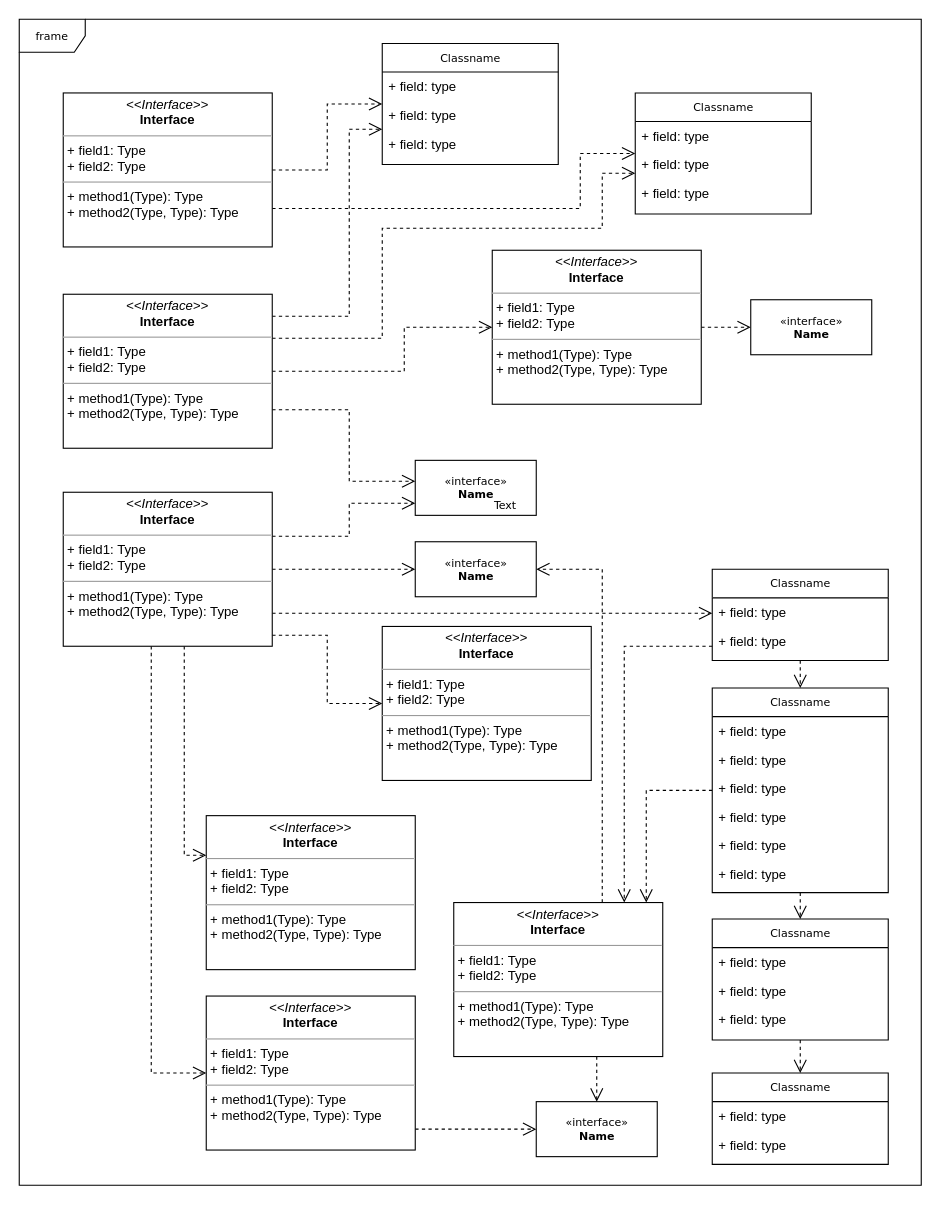
The draw.io diagram Namnlöst diagram.drawio in larand54/Document, before the edit. Source tidied: cells renumbered, new cells numbered last; positions are measured from the earlier drawing's top-left corner, leaving out a move shared by most shapes. Both pictures are drawn from the tidied source at 110%, with x=0, y=0 at pixel (19, 19).
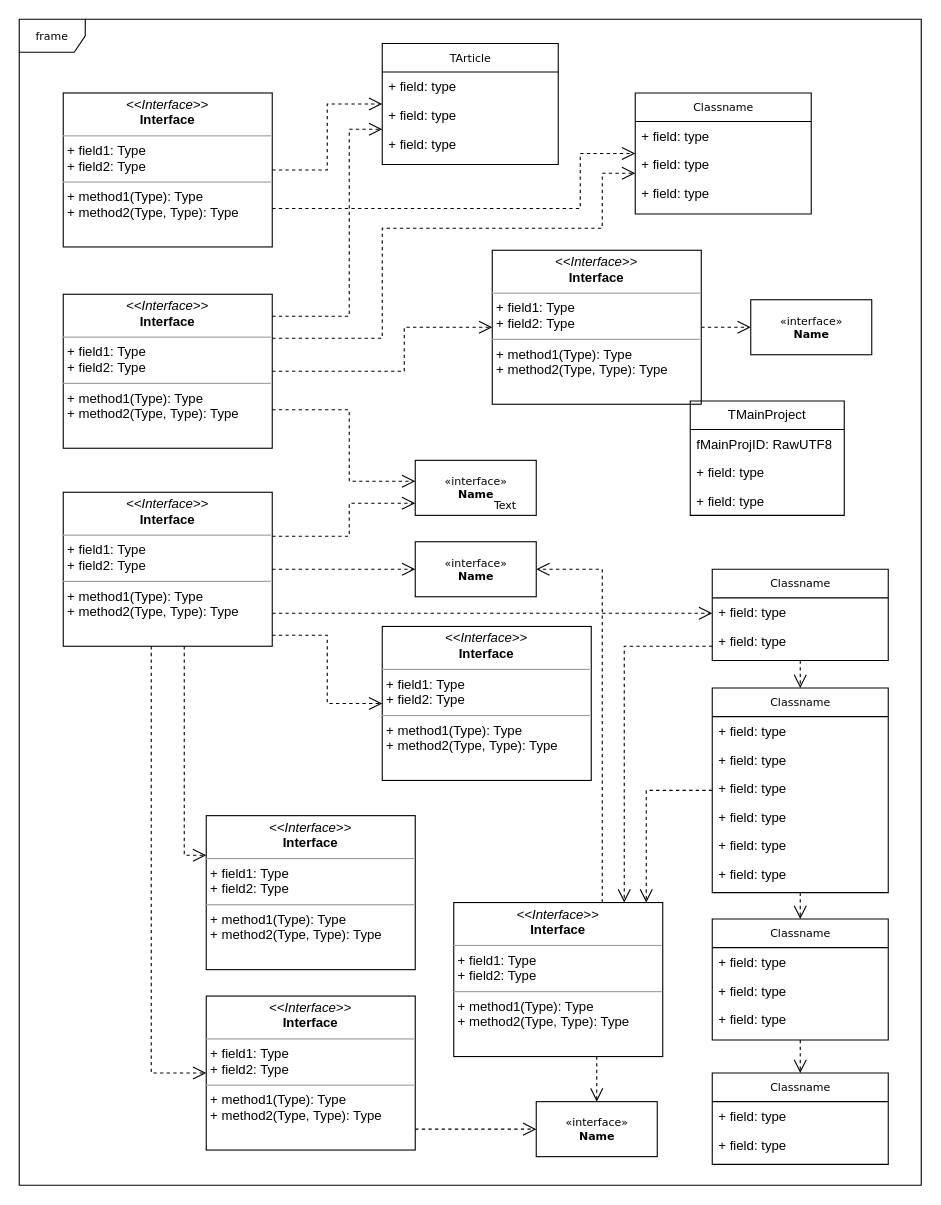
The same page after the edit.

What changed in the source:
```diff
@@
-    <mxCell id="12" value="Classname" style="swimlane;html=1;fontStyle=0;horizontal=1;startSize=26;fillColor=none;swimlaneFillColor=#ffffff;rounded=0;shadow=0;comic=0;labelBackgroundColor=none;strokeWidth=1;fontFamily=Verdana;fontSize=10;align=center;" parent="1" vertex="1">
+    <mxCell id="12" value="TArticle" style="swimlane;html=1;fontStyle=0;horizontal=1;startSize=26;fillColor=none;swimlaneFillColor=#ffffff;rounded=0;shadow=0;comic=0;labelBackgroundColor=none;strokeWidth=1;fontFamily=Verdana;fontSize=10;align=center;" parent="1" vertex="1">
       <mxGeometry x="330" y="22" width="160" height="110" as="geometry" />
     </mxCell>
@@
+    <mxCell id="62" value="&lt;div&gt;TMainProject&lt;/div&gt;" style="swimlane;fontStyle=0;horizontal=1;startSize=26;fillColor=none;whiteSpace=wrap;html=1;" parent="1" vertex="1">
+      <mxGeometry x="610" y="347" width="140" height="104" as="geometry" />
+    </mxCell>
+    <mxCell id="63" value="fMainProjID: RawUTF8" style="text;strokeColor=none;fillColor=none;align=left;verticalAlign=top;spacingLeft=4;spacingRight=4;overflow=hidden;whiteSpace=wrap;html=1;" parent="62" vertex="1">
+      <mxGeometry y="26" width="140" height="26" as="geometry" />
+    </mxCell>
+    <mxCell id="64" value="+ field: type" style="text;strokeColor=none;fillColor=none;align=left;verticalAlign=top;spacingLeft=4;spacingRight=4;overflow=hidden;whiteSpace=wrap;html=1;" parent="62" vertex="1">
+      <mxGeometry y="52" width="140" height="26" as="geometry" />
+    </mxCell>
+    <mxCell id="65" value="+ field: type" style="text;strokeColor=none;fillColor=none;align=left;verticalAlign=top;spacingLeft=4;spacingRight=4;overflow=hidden;whiteSpace=wrap;html=1;" parent="62" vertex="1">
+      <mxGeometry y="78" width="140" height="26" as="geometry" />
+    </mxCell>
```
